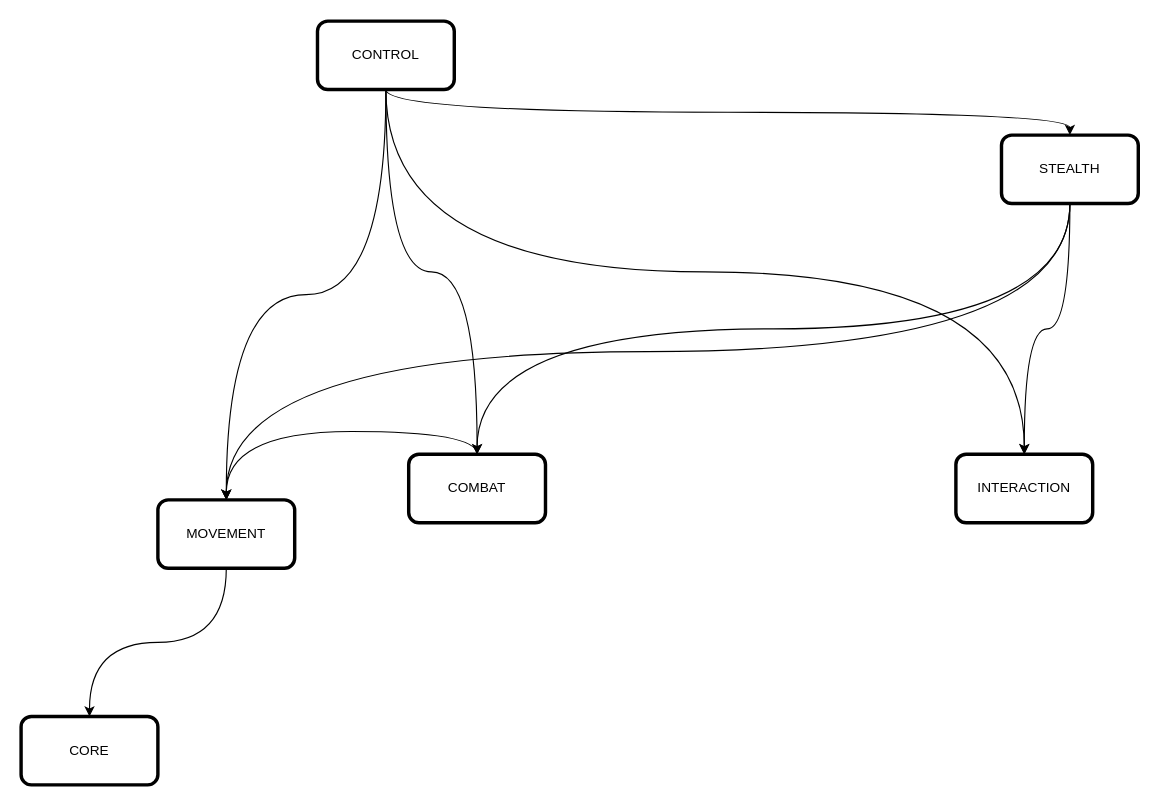
Before: _Docs/Architecture.drawio in rafaelmmedeiros/Mount-Mortem-Mystery, a draw.io diagram. Source tidied: cells renumbered, new cells numbered last; positions are measured from the earlier drawing's top-left corner, leaving out a move shared by most shapes. Both pictures are drawn from the tidied source at 114%, with x=0, y=0 at pixel (21, 21).
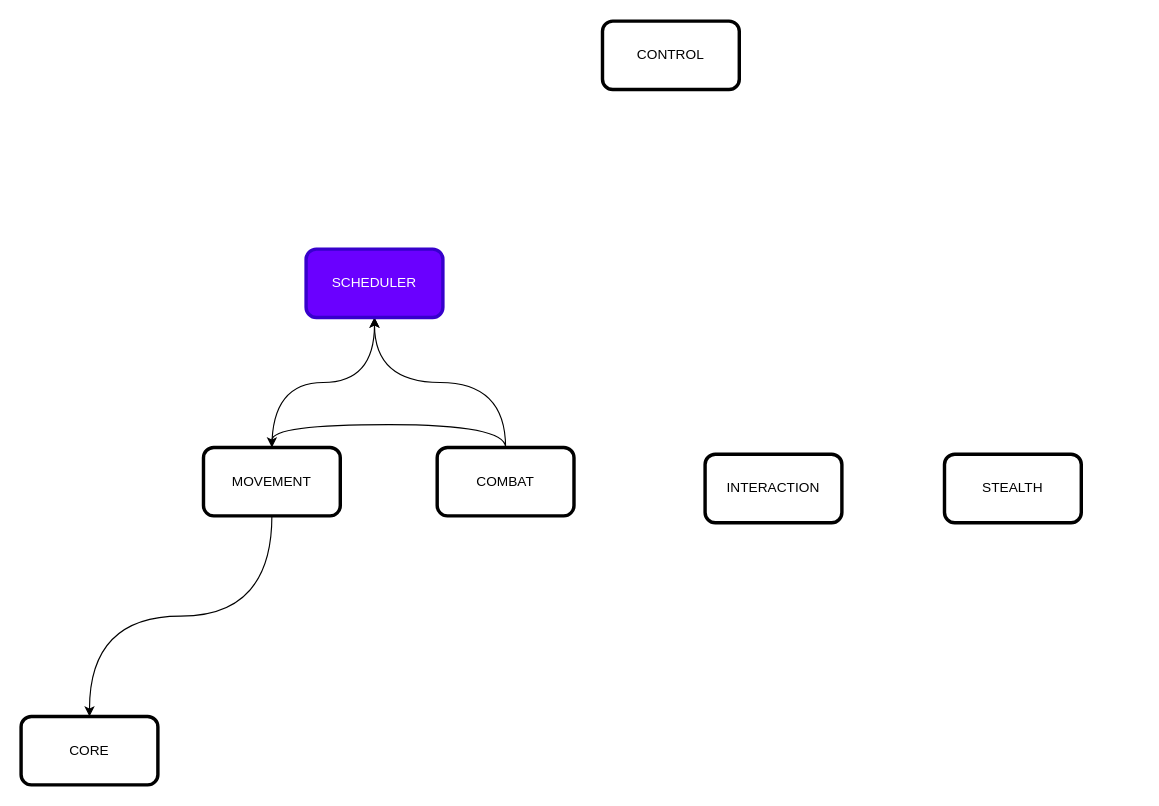
Above is the later version.

The edit, as a diff of the source:
```diff
@@
 <mxGraphModel>
   <root>
     <mxCell id="0" />
     <mxCell id="1" parent="0" />
     <mxCell id="2" value="CORE" style="rounded=1;whiteSpace=wrap;html=1;strokeWidth=3;" parent="1" vertex="1">
       <mxGeometry y="610" width="120" height="60" as="geometry" />
     </mxCell>
-    <mxCell id="3" style="edgeStyle=orthogonalEdgeStyle;rounded=0;jettySize=auto;html=1;exitX=0.5;exitY=1;exitDx=0;exitDy=0;entryX=0.5;entryY=0;entryDx=0;entryDy=0;strokeWidth=1;elbow=vertical;curved=1;" parent="1" edge="1" source="7" target="9">
-      <mxGeometry relative="1" as="geometry" />
-    </mxCell>
-    <mxCell id="4" style="edgeStyle=orthogonalEdgeStyle;curved=1;rounded=1;sketch=0;jettySize=auto;html=1;exitX=0.5;exitY=1;exitDx=0;exitDy=0;" parent="1" edge="1" source="7" target="11">
-      <mxGeometry relative="1" as="geometry" />
-    </mxCell>
-    <mxCell id="5" style="edgeStyle=orthogonalEdgeStyle;curved=1;rounded=1;sketch=0;jettySize=auto;html=1;exitX=0.5;exitY=1;exitDx=0;exitDy=0;" parent="1" edge="1" source="7" target="12">
-      <mxGeometry relative="1" as="geometry" />
-    </mxCell>
-    <mxCell id="6" style="edgeStyle=orthogonalEdgeStyle;curved=1;rounded=1;sketch=0;jettySize=auto;html=1;exitX=0.5;exitY=1;exitDx=0;exitDy=0;entryX=0.5;entryY=0;entryDx=0;entryDy=0;strokeWidth=1;" parent="1" edge="1" source="7" target="16">
-      <mxGeometry relative="1" as="geometry" />
-    </mxCell>
     <mxCell id="7" value="CONTROL" style="rounded=1;whiteSpace=wrap;html=1;strokeWidth=3;" parent="1" vertex="1">
-      <mxGeometry x="260" width="120" height="60" as="geometry" />
+      <mxGeometry x="510" width="120" height="60" as="geometry" />
     </mxCell>
     <mxCell id="8" style="edgeStyle=orthogonalEdgeStyle;rounded=0;jettySize=auto;html=1;exitX=0.5;exitY=1;exitDx=0;exitDy=0;entryX=0.5;entryY=0;entryDx=0;entryDy=0;strokeWidth=1;curved=1;" parent="1" edge="1" source="9" target="2">
       <mxGeometry relative="1" as="geometry" />
     </mxCell>
+    <mxCell id="17" style="edgeStyle=orthogonalEdgeStyle;curved=1;rounded=1;sketch=0;jettySize=auto;html=1;exitX=0.5;exitY=0;exitDx=0;exitDy=0;entryX=0.5;entryY=1;entryDx=0;entryDy=0;" parent="1" edge="1" source="9" target="19">
+      <mxGeometry relative="1" as="geometry" />
+    </mxCell>
     <mxCell id="9" value="MOVEMENT" style="rounded=1;whiteSpace=wrap;html=1;strokeWidth=3;" parent="1" vertex="1">
-      <mxGeometry x="120" y="420" width="120" height="60" as="geometry" />
+      <mxGeometry x="160" y="374" width="120" height="60" as="geometry" />
     </mxCell>
     <mxCell id="10" style="edgeStyle=orthogonalEdgeStyle;curved=1;rounded=1;sketch=0;jettySize=auto;html=1;exitX=0.5;exitY=0;exitDx=0;exitDy=0;entryX=0.5;entryY=0;entryDx=0;entryDy=0;" parent="1" edge="1" source="11" target="9">
       <mxGeometry relative="1" as="geometry" />
     </mxCell>
+    <mxCell id="18" style="edgeStyle=orthogonalEdgeStyle;curved=1;rounded=1;sketch=0;jettySize=auto;html=1;exitX=0.5;exitY=0;exitDx=0;exitDy=0;" parent="1" edge="1" source="11" target="19">
+      <mxGeometry relative="1" as="geometry" />
+    </mxCell>
     <mxCell id="11" value="COMBAT" style="rounded=1;whiteSpace=wrap;html=1;strokeWidth=3;" parent="1" vertex="1">
-      <mxGeometry x="340" y="380" width="120" height="60" as="geometry" />
+      <mxGeometry x="365" y="374" width="120" height="60" as="geometry" />
     </mxCell>
     <mxCell id="12" value="INTERACTION" style="rounded=1;whiteSpace=wrap;html=1;strokeWidth=3;" parent="1" vertex="1">
-      <mxGeometry x="820" y="380" width="120" height="60" as="geometry" />
+      <mxGeometry x="600" y="380" width="120" height="60" as="geometry" />
     </mxCell>
-    <mxCell id="13" style="edgeStyle=orthogonalEdgeStyle;curved=1;rounded=1;sketch=0;jettySize=auto;html=1;exitX=0.5;exitY=1;exitDx=0;exitDy=0;entryX=0.5;entryY=0;entryDx=0;entryDy=0;strokeWidth=1;" parent="1" edge="1" source="16" target="11">
-      <mxGeometry relative="1" as="geometry" />
-    </mxCell>
-    <mxCell id="14" style="edgeStyle=orthogonalEdgeStyle;curved=1;rounded=1;sketch=0;jettySize=auto;html=1;exitX=0.5;exitY=1;exitDx=0;exitDy=0;entryX=0.5;entryY=0;entryDx=0;entryDy=0;strokeWidth=1;" parent="1" edge="1" source="16" target="9">
-      <mxGeometry relative="1" as="geometry" />
-    </mxCell>
-    <mxCell id="15" style="edgeStyle=orthogonalEdgeStyle;curved=1;rounded=1;sketch=0;jettySize=auto;html=1;exitX=0.5;exitY=1;exitDx=0;exitDy=0;entryX=0.5;entryY=0;entryDx=0;entryDy=0;" parent="1" edge="1" source="16" target="12">
-      <mxGeometry relative="1" as="geometry" />
-    </mxCell>
     <mxCell id="16" value="STEALTH" style="rounded=1;whiteSpace=wrap;html=1;strokeWidth=3;" parent="1" vertex="1">
-      <mxGeometry x="860" y="100" width="120" height="60" as="geometry" />
+      <mxGeometry x="810" y="380" width="120" height="60" as="geometry" />
     </mxCell>
+    <mxCell id="19" value="SCHEDULER" style="rounded=1;whiteSpace=wrap;html=1;strokeWidth=3;fillColor=#6a00ff;strokeColor=#3700CC;fontColor=#ffffff;" parent="1" vertex="1">
+      <mxGeometry x="250" y="200" width="120" height="60" as="geometry" />
+    </mxCell>
   </root>
 </mxGraphModel>
```
